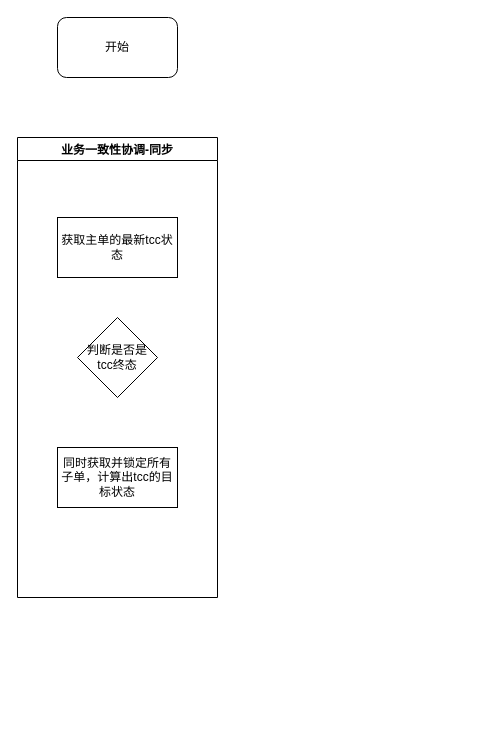
catface996/images keeps this draw.io diagram as 业务一致性协调流程.drawio. Above is the earlier version. Source tidied: cells renumbered, new cells numbered last; positions are measured from the earlier drawing's top-left corner, leaving out a move shared by most shapes. Both pictures are drawn from the tidied source at 100%, with x=0, y=0 at pixel (17, 17).
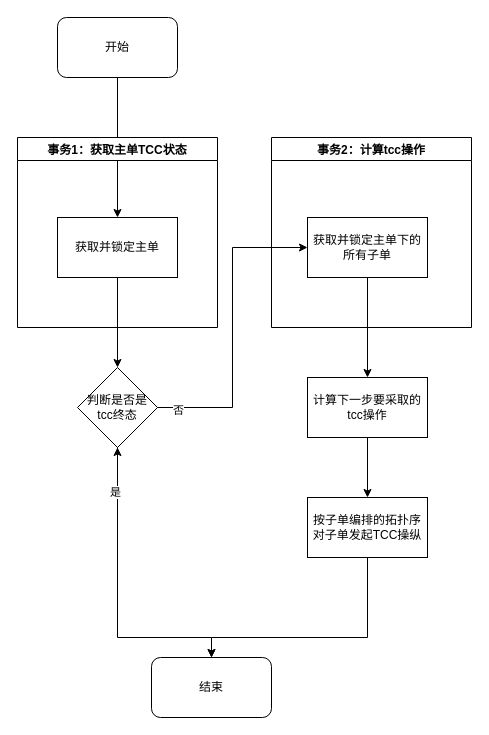
The same page after the edit.

Commit message:
更新业务一致性协调流程.drawio

The change refers to these unchanged cells:
```xml
<mxCell id="2" value="开始" style="rounded=1;whiteSpace=wrap;html=1;" parent="1" vertex="1">
  <mxGeometry x="40" width="120" height="60" as="geometry" />
</mxCell>
```

Change to the diagram source:
```diff
@@
+    <mxCell id="7" style="edgeStyle=orthogonalEdgeStyle;rounded=0;jettySize=auto;html=1;entryX=0.5;entryY=0;entryDx=0;entryDy=0;" parent="1" edge="1" source="2" target="4">
+      <mxGeometry relative="1" as="geometry" />
+    </mxCell>
@@
-    <mxCell id="3" value="业务一致性协调-同步" style="swimlane;" parent="1" vertex="1">
-      <mxGeometry y="120" width="200" height="460" as="geometry" />
+    <mxCell id="3" value="事务1：获取主单TCC状态" style="swimlane;" parent="1" vertex="1">
+      <mxGeometry y="120" width="200" height="190" as="geometry" />
     </mxCell>
+    <mxCell id="8" style="edgeStyle=orthogonalEdgeStyle;rounded=0;jettySize=auto;html=1;entryX=0.5;entryY=0;entryDx=0;entryDy=0;" parent="3" edge="1" source="4" target="5">
+      <mxGeometry relative="1" as="geometry" />
+    </mxCell>
-    <mxCell id="4" value="获取主单的最新tcc状态" style="rounded=0;whiteSpace=wrap;html=1;" parent="3" vertex="1">
+    <mxCell id="4" value="获取并锁定主单" style="rounded=0;whiteSpace=wrap;html=1;" parent="3" vertex="1">
       <mxGeometry x="40" y="80" width="120" height="60" as="geometry" />
     </mxCell>
+    <mxCell id="9" style="edgeStyle=orthogonalEdgeStyle;rounded=0;jettySize=auto;html=1;" parent="3" edge="1" source="5">
+      <mxGeometry relative="1" as="geometry">
+        <mxPoint x="100" y="310" as="targetPoint" />
+      </mxGeometry>
+    </mxCell>
     <mxCell id="5" value="判断是否是&lt;br&gt;tcc终态" style="rhombus;whiteSpace=wrap;html=1;" parent="3" vertex="1">
-      <mxGeometry x="60" y="180" width="80" height="80" as="geometry" />
+      <mxGeometry x="60" y="230" width="80" height="80" as="geometry" />
     </mxCell>
-    <mxCell id="6" value="同时获取并锁定所有子单，计算出tcc的目标状态" style="rounded=0;whiteSpace=wrap;html=1;" parent="3" vertex="1">
-      <mxGeometry x="40" y="310" width="120" height="60" as="geometry" />
-    </mxCell>
+    <mxCell id="10" value="事务2：计算tcc操作" style="swimlane;startSize=23;" parent="1" vertex="1">
+      <mxGeometry x="254" y="120" width="200" height="190" as="geometry" />
+    </mxCell>
+    <mxCell id="11" style="edgeStyle=orthogonalEdgeStyle;rounded=0;jettySize=auto;html=1;entryX=0.5;entryY=0;entryDx=0;entryDy=0;" parent="10" edge="1" source="12" target="13">
+      <mxGeometry relative="1" as="geometry" />
+    </mxCell>
+    <mxCell id="12" value="获取并锁定主单下的所有子单" style="rounded=0;whiteSpace=wrap;html=1;" parent="10" vertex="1">
+      <mxGeometry x="36" y="80" width="120" height="60" as="geometry" />
+    </mxCell>
+    <mxCell id="13" value="计算下一步要采取的tcc操作" style="rounded=0;whiteSpace=wrap;html=1;" parent="10" vertex="1">
+      <mxGeometry x="36" y="240" width="120" height="60" as="geometry" />
+    </mxCell>
+    <mxCell id="14" value="结束" style="rounded=1;whiteSpace=wrap;html=1;" parent="1" vertex="1">
+      <mxGeometry x="134" y="640" width="120" height="60" as="geometry" />
+    </mxCell>
+    <mxCell id="15" style="edgeStyle=orthogonalEdgeStyle;rounded=0;jettySize=auto;html=1;entryX=0.5;entryY=0;entryDx=0;entryDy=0;" parent="1" edge="1" source="5" target="14">
+      <mxGeometry relative="1" as="geometry">
+        <Array as="points">
+          <mxPoint x="100" y="620" />
+          <mxPoint x="194" y="620" />
+        </Array>
+      </mxGeometry>
+    </mxCell>
+    <mxCell id="16" value="是" style="edgeLabel;html=1;align=center;verticalAlign=middle;" parent="15" vertex="1">
+      <mxGeometry x="-0.71" y="-3" relative="1" as="geometry" />
+    </mxCell>
+    <mxCell id="17" style="edgeStyle=orthogonalEdgeStyle;rounded=0;jettySize=auto;html=1;entryX=0;entryY=0.5;entryDx=0;entryDy=0;" parent="1" edge="1" source="5" target="12">
+      <mxGeometry relative="1" as="geometry" />
+    </mxCell>
+    <mxCell id="18" value="否" style="edgeLabel;html=1;align=center;verticalAlign=middle;" parent="17" vertex="1">
+      <mxGeometry x="-0.87" y="-1" relative="1" as="geometry">
+        <mxPoint y="1" as="offset" />
+      </mxGeometry>
+    </mxCell>
+    <mxCell id="19" style="edgeStyle=orthogonalEdgeStyle;rounded=0;jettySize=auto;html=1;entryX=0.5;entryY=0;entryDx=0;entryDy=0;" parent="1" edge="1" source="20" target="14">
+      <mxGeometry relative="1" as="geometry">
+        <Array as="points">
+          <mxPoint x="350" y="620" />
+          <mxPoint x="194" y="620" />
+        </Array>
+      </mxGeometry>
+    </mxCell>
+    <mxCell id="20" value="按子单编排的拓扑序对子单发起TCC操纵" style="rounded=0;whiteSpace=wrap;html=1;" parent="1" vertex="1">
+      <mxGeometry x="290" y="480" width="120" height="60" as="geometry" />
+    </mxCell>
+    <mxCell id="21" style="edgeStyle=orthogonalEdgeStyle;rounded=0;jettySize=auto;html=1;entryX=0.5;entryY=0;entryDx=0;entryDy=0;" parent="1" edge="1" source="13" target="20">
+      <mxGeometry relative="1" as="geometry" />
+    </mxCell>
```
